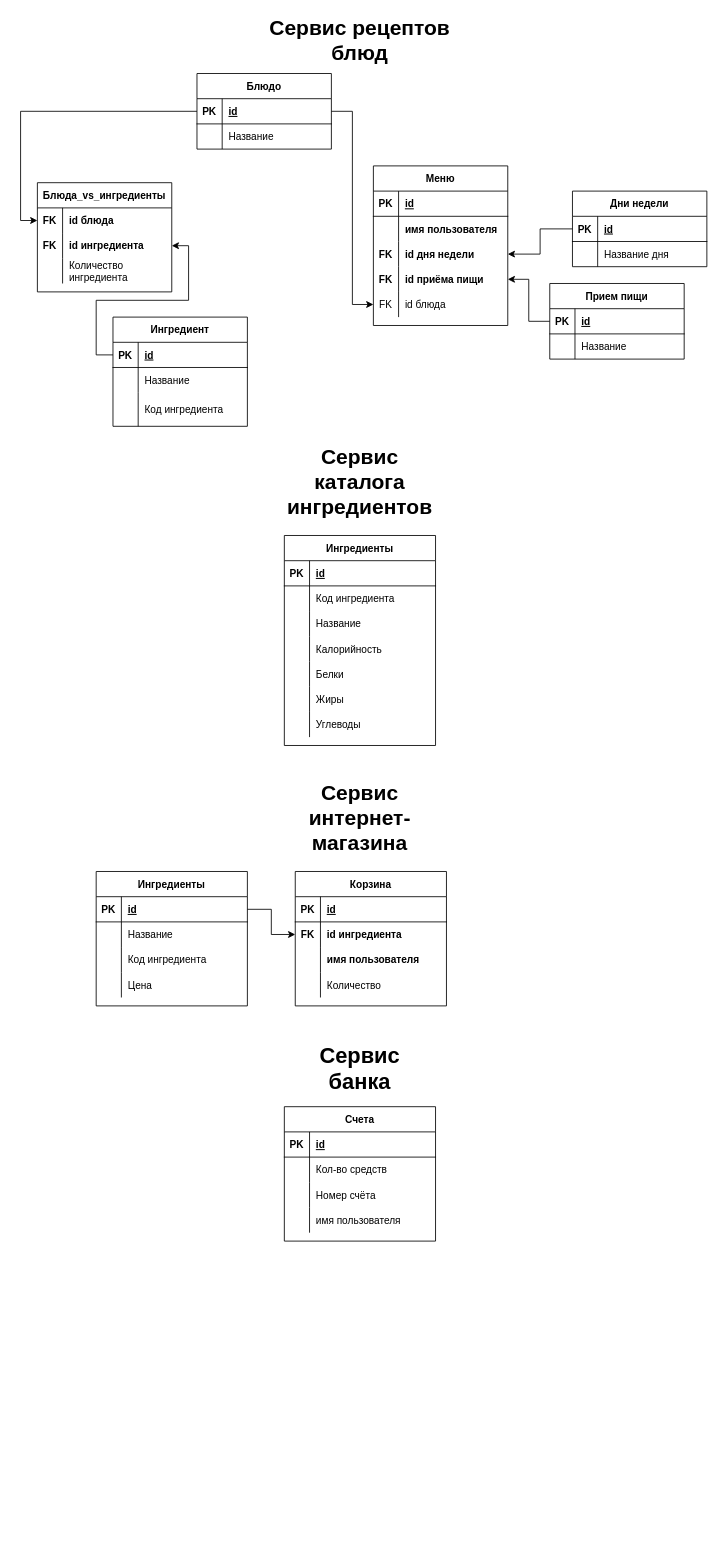
This is otherFiles/SOA.drawio from Shahnovski/ProjectSOA, a draw.io file, before an edit. Source tidied: cells renumbered, new cells numbered last; positions are measured from the earlier drawing's top-left corner, leaving out a move shared by most shapes. Both pictures are drawn from the tidied source at 84%, with x=0, y=0 at pixel (37, 14).
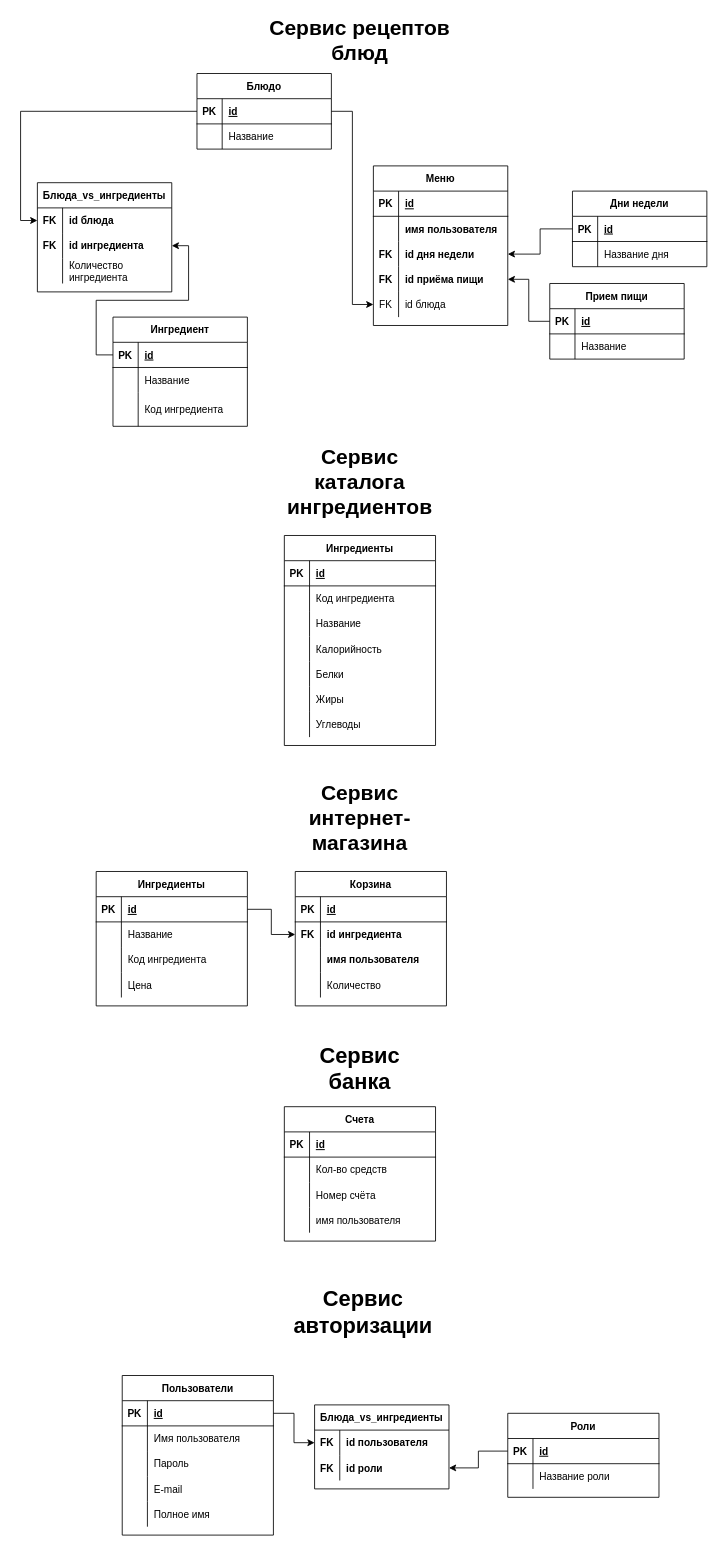
The same diagram, later.

Commit message:
Added AuthService tables to db diagram

Diff of the diagram source:
```diff
@@
+    <mxCell id="133" value="&lt;font size=&quot;1&quot;&gt;&lt;b style=&quot;font-size: 26px&quot;&gt;Сервис авторизации&lt;/b&gt;&lt;/font&gt;" style="text;html=1;strokeColor=none;fillColor=none;align=center;verticalAlign=middle;whiteSpace=wrap;rounded=0;" parent="1" vertex="1">
+      <mxGeometry x="300" y="1510" width="176" height="70" as="geometry" />
+    </mxCell>
+    <mxCell id="134" value="Пользователи" style="shape=table;startSize=30;childLayout=tableLayout;rowLines=0;fontStyle=1;align=center;" parent="1" vertex="1">
+      <mxGeometry x="101" y="1620" width="180" height="190" as="geometry" />
+    </mxCell>
+    <mxCell id="135" style="shape=partialRectangle;fillColor=none;top=0;left=0;bottom=1;right=0;points=[[0,0.5],[1,0.5]];portConstraint=eastwest;" parent="134" vertex="1">
+      <mxGeometry y="30" width="180" height="30" as="geometry" />
+    </mxCell>
+    <mxCell id="136" value="PK" style="shape=partialRectangle;fillColor=none;top=0;left=0;bottom=0;right=0;fontStyle=1;overflow=hidden;" parent="135" vertex="1">
+      <mxGeometry width="30" height="30" as="geometry" />
+    </mxCell>
+    <mxCell id="137" value="id" style="shape=partialRectangle;fillColor=none;top=0;left=0;bottom=0;right=0;align=left;spacingLeft=6;fontStyle=5;overflow=hidden;" parent="135" vertex="1">
+      <mxGeometry x="30" width="150" height="30" as="geometry" />
+    </mxCell>
+    <mxCell id="138" style="shape=partialRectangle;fillColor=none;top=0;left=0;bottom=0;right=0;" parent="134" vertex="1">
+      <mxGeometry y="60" width="180" height="30" as="geometry" />
+    </mxCell>
+    <mxCell id="139" style="shape=partialRectangle;fillColor=none;top=0;left=0;bottom=0;right=0;overflow=hidden;" parent="138" vertex="1">
+      <mxGeometry width="30" height="30" as="geometry" />
+    </mxCell>
+    <mxCell id="140" value="Имя пользователя" style="shape=partialRectangle;fillColor=none;top=0;left=0;bottom=0;right=0;align=left;spacingLeft=6;overflow=hidden;" parent="138" vertex="1">
+      <mxGeometry x="30" width="150" height="30" as="geometry" />
+    </mxCell>
+    <mxCell id="141" style="shape=partialRectangle;fillColor=none;top=0;left=0;bottom=0;right=0;" parent="134" vertex="1">
+      <mxGeometry y="90" width="180" height="30" as="geometry" />
+    </mxCell>
+    <mxCell id="142" style="shape=partialRectangle;fillColor=none;top=0;left=0;bottom=0;right=0;overflow=hidden;" parent="141" vertex="1">
+      <mxGeometry width="30" height="30" as="geometry" />
+    </mxCell>
+    <mxCell id="143" value="Пароль" style="shape=partialRectangle;fillColor=none;top=0;left=0;bottom=0;right=0;align=left;spacingLeft=6;overflow=hidden;" parent="141" vertex="1">
+      <mxGeometry x="30" width="150" height="30" as="geometry" />
+    </mxCell>
+    <mxCell id="144" style="shape=partialRectangle;fillColor=none;top=0;left=0;bottom=0;right=0;" parent="134" vertex="1">
+      <mxGeometry y="120" width="180" height="30" as="geometry" />
+    </mxCell>
+    <mxCell id="145" style="shape=partialRectangle;fillColor=none;top=0;left=0;bottom=0;right=0;overflow=hidden;" parent="144" vertex="1">
+      <mxGeometry width="30" height="30" as="geometry" />
+    </mxCell>
+    <mxCell id="146" value="E-mail" style="shape=partialRectangle;fillColor=none;top=0;left=0;bottom=0;right=0;align=left;spacingLeft=6;overflow=hidden;" parent="144" vertex="1">
+      <mxGeometry x="30" width="150" height="30" as="geometry" />
+    </mxCell>
+    <mxCell id="147" style="shape=partialRectangle;fillColor=none;top=0;left=0;bottom=0;right=0;" parent="134" vertex="1">
+      <mxGeometry y="150" width="180" height="30" as="geometry" />
+    </mxCell>
+    <mxCell id="148" style="shape=partialRectangle;fillColor=none;top=0;left=0;bottom=0;right=0;overflow=hidden;" parent="147" vertex="1">
+      <mxGeometry width="30" height="30" as="geometry" />
+    </mxCell>
+    <mxCell id="149" value="Полное имя" style="shape=partialRectangle;fillColor=none;top=0;left=0;bottom=0;right=0;align=left;spacingLeft=6;overflow=hidden;" parent="147" vertex="1">
+      <mxGeometry x="30" width="150" height="30" as="geometry" />
+    </mxCell>
+    <mxCell id="150" value="Блюда_vs_ингредиенты" style="shape=table;startSize=30;childLayout=tableLayout;rowLines=0;fontStyle=1;align=center;" parent="1" vertex="1">
+      <mxGeometry x="330" y="1655" width="160" height="100" as="geometry" />
+    </mxCell>
+    <mxCell id="151" style="shape=partialRectangle;fillColor=none;top=0;left=0;bottom=0;right=0;points=[[0,0.5],[1,0.5]];portConstraint=eastwest;" parent="150" vertex="1">
+      <mxGeometry y="30" width="160" height="30" as="geometry" />
+    </mxCell>
+    <mxCell id="152" value="FK" style="shape=partialRectangle;fillColor=none;top=0;left=0;bottom=0;right=0;overflow=hidden;fontStyle=1;" parent="151" vertex="1">
+      <mxGeometry width="30" height="30" as="geometry" />
+    </mxCell>
+    <mxCell id="153" value="id пользователя" style="shape=partialRectangle;fillColor=none;top=0;left=0;bottom=0;right=0;align=left;spacingLeft=6;overflow=hidden;fontStyle=1;" parent="151" vertex="1">
+      <mxGeometry x="30" width="130" height="30" as="geometry" />
+    </mxCell>
+    <mxCell id="154" style="shape=partialRectangle;fillColor=none;top=0;left=0;bottom=0;right=0;points=[[0,0.5],[1,0.5]];portConstraint=eastwest;" parent="150" vertex="1">
+      <mxGeometry y="60" width="160" height="30" as="geometry" />
+    </mxCell>
+    <mxCell id="155" value="FK" style="shape=partialRectangle;fillColor=none;top=0;left=0;bottom=0;right=0;overflow=hidden;fontStyle=1;" parent="154" vertex="1">
+      <mxGeometry width="30" height="30" as="geometry" />
+    </mxCell>
+    <mxCell id="156" value="id роли" style="shape=partialRectangle;fillColor=none;top=0;left=0;bottom=0;right=0;align=left;spacingLeft=6;overflow=hidden;fontStyle=1;" parent="154" vertex="1">
+      <mxGeometry x="30" width="130" height="30" as="geometry" />
+    </mxCell>
+    <mxCell id="157" value="Роли" style="shape=table;startSize=30;childLayout=tableLayout;rowLines=0;fontStyle=1;align=center;" parent="1" vertex="1">
+      <mxGeometry x="560" y="1665" width="180" height="100" as="geometry" />
+    </mxCell>
+    <mxCell id="158" style="shape=partialRectangle;fillColor=none;top=0;left=0;bottom=1;right=0;points=[[0,0.5],[1,0.5]];portConstraint=eastwest;" parent="157" vertex="1">
+      <mxGeometry y="30" width="180" height="30" as="geometry" />
+    </mxCell>
+    <mxCell id="159" value="PK" style="shape=partialRectangle;fillColor=none;top=0;left=0;bottom=0;right=0;fontStyle=1;overflow=hidden;" parent="158" vertex="1">
+      <mxGeometry width="30" height="30" as="geometry" />
+    </mxCell>
+    <mxCell id="160" value="id" style="shape=partialRectangle;fillColor=none;top=0;left=0;bottom=0;right=0;align=left;spacingLeft=6;fontStyle=5;overflow=hidden;" parent="158" vertex="1">
+      <mxGeometry x="30" width="150" height="30" as="geometry" />
+    </mxCell>
+    <mxCell id="161" style="shape=partialRectangle;fillColor=none;top=0;left=0;bottom=0;right=0;" parent="157" vertex="1">
+      <mxGeometry y="60" width="180" height="30" as="geometry" />
+    </mxCell>
+    <mxCell id="162" style="shape=partialRectangle;fillColor=none;top=0;left=0;bottom=0;right=0;overflow=hidden;" parent="161" vertex="1">
+      <mxGeometry width="30" height="30" as="geometry" />
+    </mxCell>
+    <mxCell id="163" value="Название роли" style="shape=partialRectangle;fillColor=none;top=0;left=0;bottom=0;right=0;align=left;spacingLeft=6;overflow=hidden;" parent="161" vertex="1">
+      <mxGeometry x="30" width="150" height="30" as="geometry" />
+    </mxCell>
+    <mxCell id="164" style="edgeStyle=orthogonalEdgeStyle;rounded=0;jettySize=auto;html=1;exitX=1;exitY=0.5;exitDx=0;exitDy=0;entryX=0;entryY=0.5;entryDx=0;entryDy=0;" parent="1" edge="1" source="135" target="151">
+      <mxGeometry relative="1" as="geometry" />
+    </mxCell>
+    <mxCell id="165" style="edgeStyle=orthogonalEdgeStyle;rounded=0;jettySize=auto;html=1;exitX=0;exitY=0.5;exitDx=0;exitDy=0;entryX=1;entryY=0.5;entryDx=0;entryDy=0;" parent="1" edge="1" source="158" target="154">
+      <mxGeometry relative="1" as="geometry" />
+    </mxCell>
```
